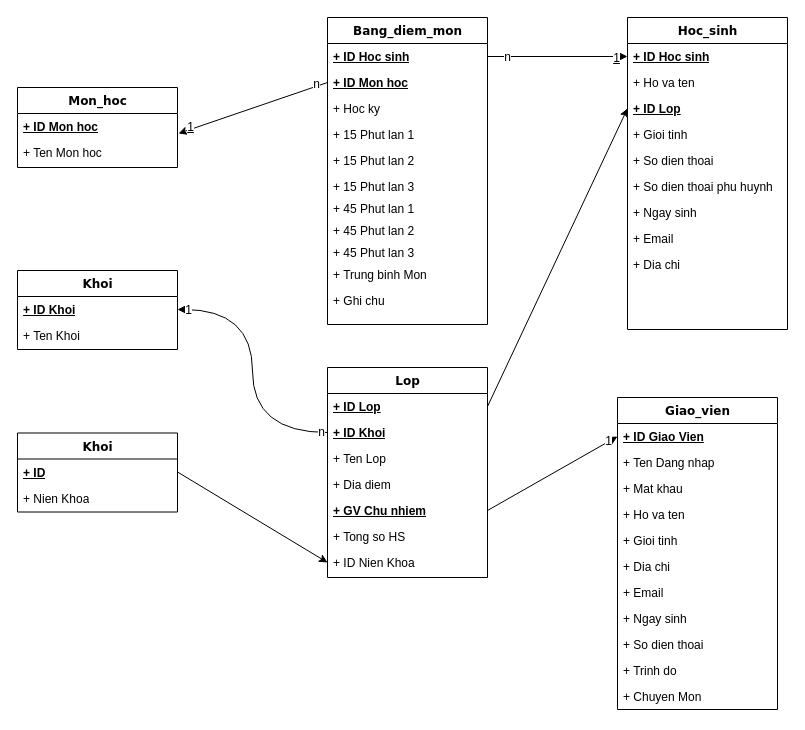
Earlier version of the draw.io diagram SchoolDiagram.drawio (ntruonghau/python_project). Source tidied: cells renumbered, new cells numbered last; positions are measured from the earlier drawing's top-left corner, leaving out a move shared by most shapes. Both pictures are drawn from the tidied source at 100%, with x=0, y=0 at pixel (17, 17).
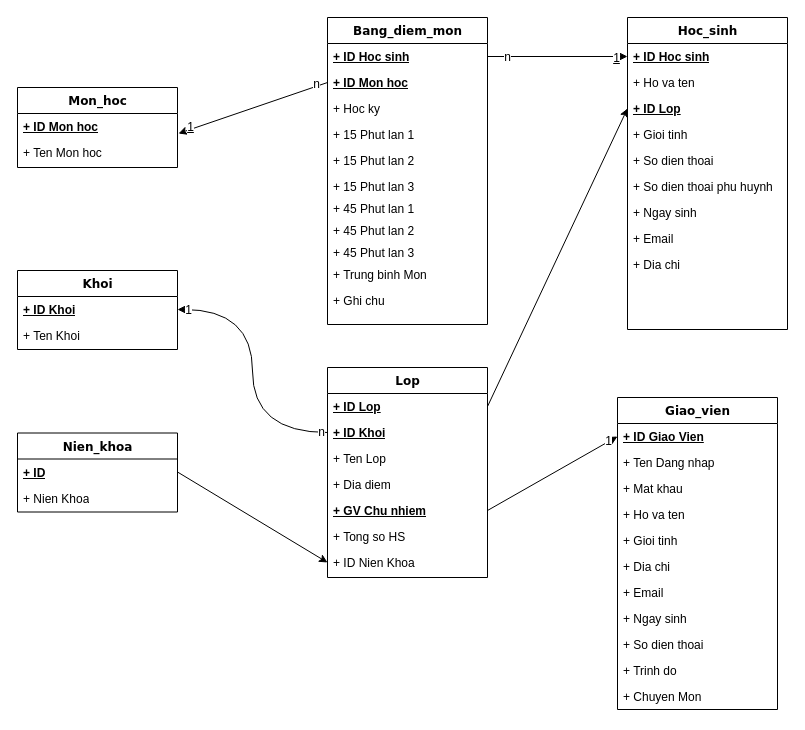
The same diagram, later.

Commit message (it also covers changes not shown here):
hau-nguyen-22-Dec-2019-update-diagram

What changed in the source:
```diff
@@
-    <mxCell id="63" value="Khoi" style="swimlane;html=1;fontStyle=1;align=center;verticalAlign=top;horizontal=1;startSize=26;swimlaneFillColor=#ffffff;rounded=0;shadow=0;comic=0;labelBackgroundColor=none;strokeWidth=1;fillColor=none;fontFamily=Verdana;fontSize=12;" parent="1" vertex="1">
+    <mxCell id="63" value="Nien_khoa" style="swimlane;html=1;fontStyle=1;align=center;verticalAlign=top;horizontal=1;startSize=26;swimlaneFillColor=#ffffff;rounded=0;shadow=0;comic=0;labelBackgroundColor=none;strokeWidth=1;fillColor=none;fontFamily=Verdana;fontSize=12;" parent="1" vertex="1">
       <mxGeometry y="415.5" width="160" height="79" as="geometry" />
     </mxCell>
```
